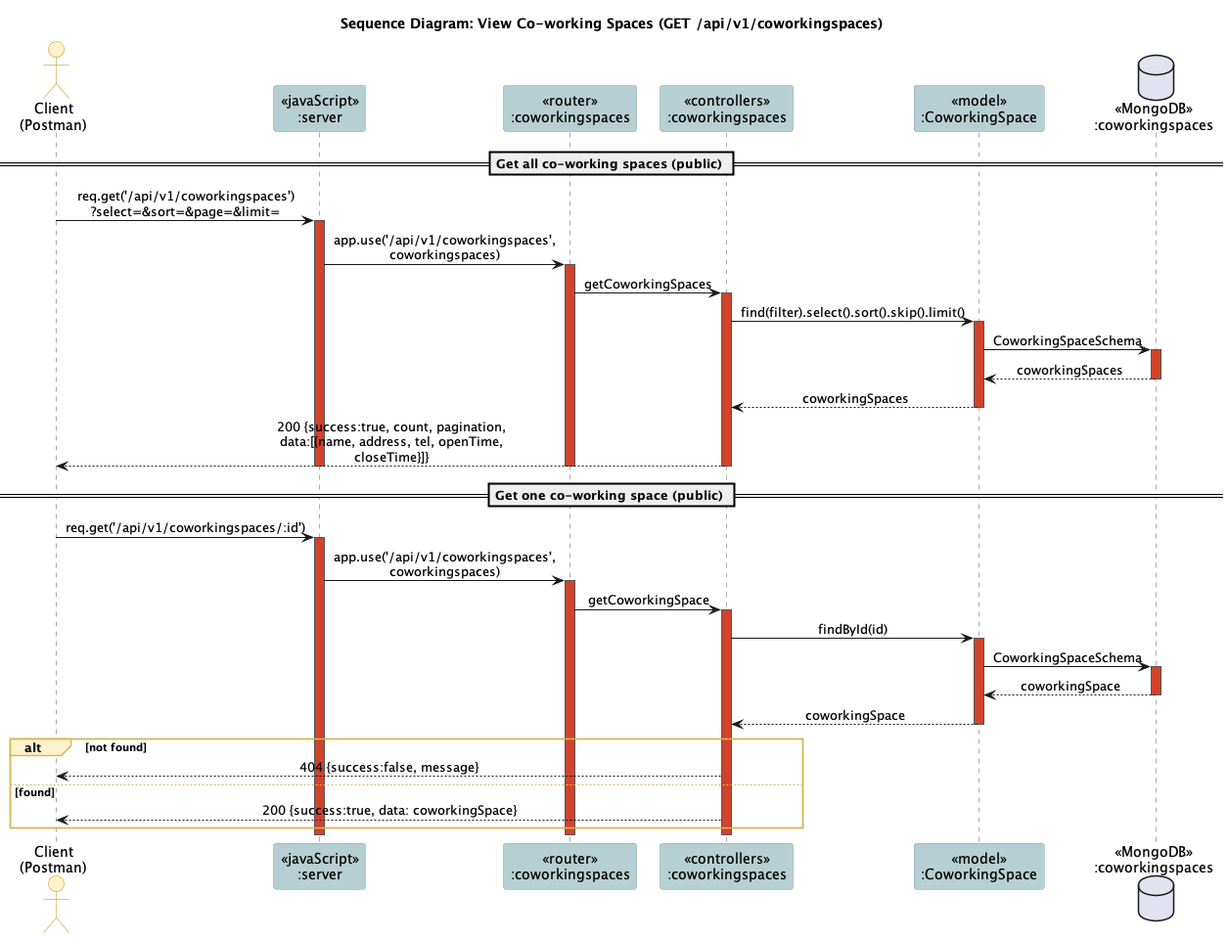
Before: docs/diagrams/png/03-view-coworking-spaces.png, a diagram exported from PlantUML (TonBoonchai/Co-working-Space-Reservation).
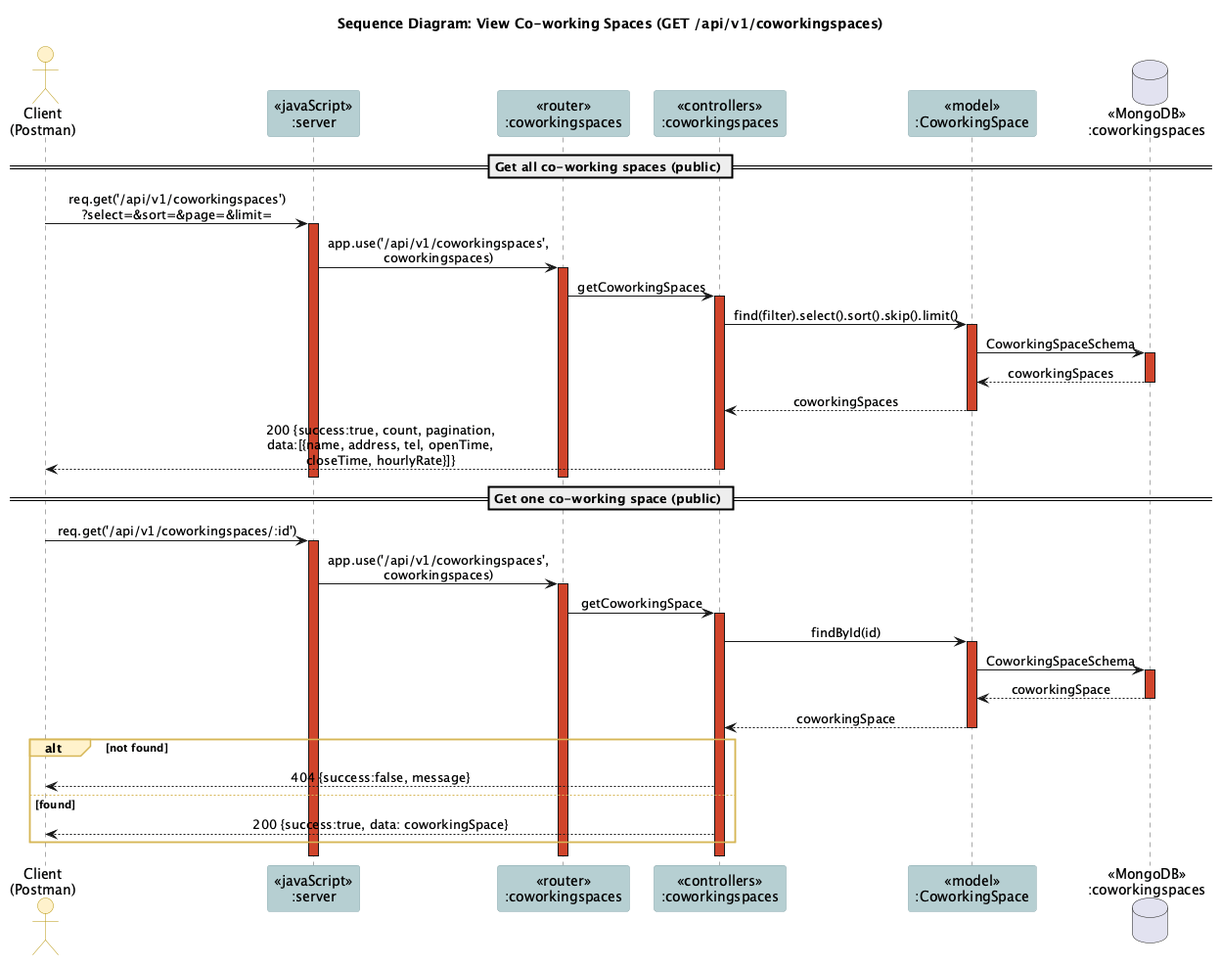
Above is the later version.

Commit message:
docs: render diagrams with the hourly rate

Change to the diagram source:
```diff
@@ -17,7 +17,7 @@
 model -> db ++ : CoworkingSpaceSchema
 db --> model -- : coworkingSpaces
 model --> ctrl -- : coworkingSpaces
-ctrl --> client : 200 {success:true, count, pagination,\ndata:[{name, address, tel, openTime, closeTime}]}
+ctrl --> client : 200 {success:true, count, pagination,\ndata:[{name, address, tel, openTime, closeTime, hourlyRate}]}
 deactivate ctrl
 deactivate router
 deactivate server
```
